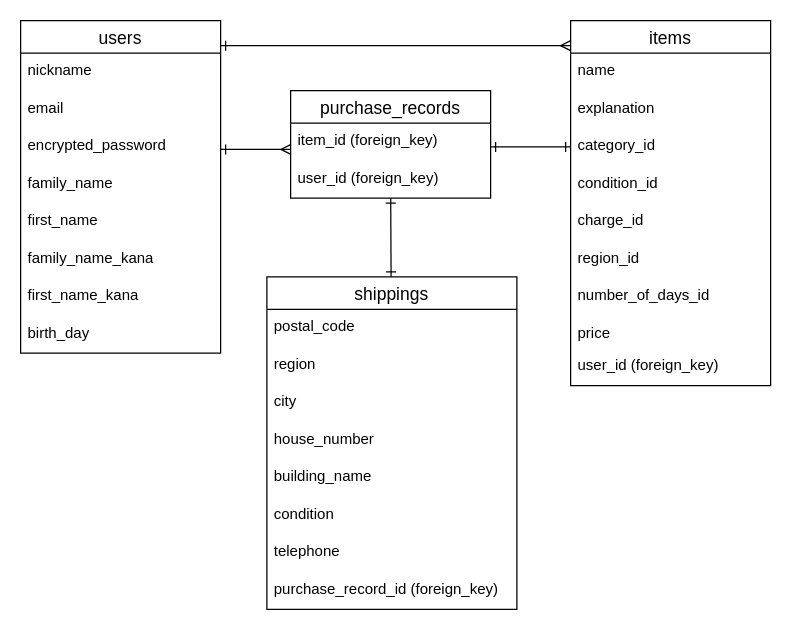
The draw.io diagram furima.dio in tunamaru23/furima-39629, before the edit. Source tidied: cells renumbered, new cells numbered last; positions are measured from the earlier drawing's top-left corner, leaving out a move shared by most shapes. Both pictures are drawn from the tidied source at 125%, with x=0, y=0 at pixel (20, 20).
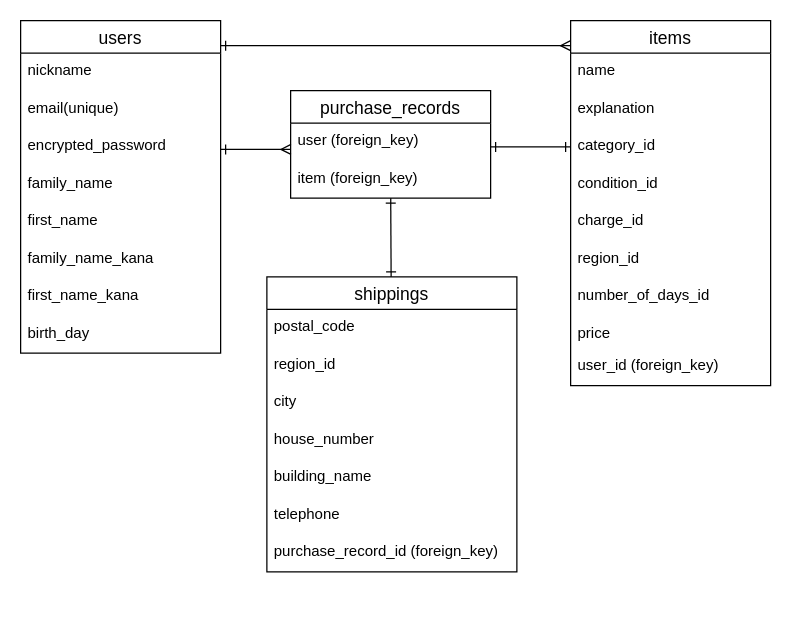
Above is the later version.

Unchanged cells that the change refers to:
```xml
<mxCell id="2" value="users" style="swimlane;fontStyle=0;horizontal=1;startSize=26;align=center;fontSize=14;" parent="1" vertex="1">
  <mxGeometry width="160" height="266" as="geometry" />
</mxCell>
<mxCell id="31" value="purchase_records" style="swimlane;fontStyle=0;horizontal=1;startSize=26;align=center;fontSize=14;" parent="1" vertex="1">
  <mxGeometry x="216" y="56" width="160" height="86" as="geometry" />
</mxCell>
```

The edit, as a diff of the source:
```diff
@@
-    <mxCell id="4" value="email" style="text;strokeColor=none;fillColor=none;spacingLeft=4;spacingRight=4;overflow=hidden;fontSize=12;" parent="2" vertex="1">
+    <mxCell id="4" value="email(unique)" style="text;strokeColor=none;fillColor=none;spacingLeft=4;spacingRight=4;overflow=hidden;fontSize=12;" parent="2" vertex="1">
       <mxGeometry y="56" width="160" height="30" as="geometry" />
     </mxCell>
@@
     <mxCell id="22" value="shippings" style="swimlane;fontStyle=0;horizontal=1;startSize=26;align=center;fontSize=14;" parent="1" vertex="1">
-      <mxGeometry x="197" y="205" width="200" height="266" as="geometry" />
+      <mxGeometry x="197" y="205" width="200" height="236" as="geometry" />
     </mxCell>
@@
-    <mxCell id="24" value="region" style="text;strokeColor=none;fillColor=none;spacingLeft=4;spacingRight=4;overflow=hidden;fontSize=12;" parent="22" vertex="1">
+    <mxCell id="24" value="region_id" style="text;strokeColor=none;fillColor=none;spacingLeft=4;spacingRight=4;overflow=hidden;fontSize=12;" parent="22" vertex="1">
       <mxGeometry y="56" width="200" height="30" as="geometry" />
     </mxCell>
@@
-    <mxCell id="28" value="condition" style="text;strokeColor=none;fillColor=none;spacingLeft=4;spacingRight=4;overflow=hidden;fontSize=12;" parent="22" vertex="1">
-      <mxGeometry y="176" width="200" height="30" as="geometry" />
-    </mxCell>
     <mxCell id="29" value="telephone" style="text;strokeColor=none;fillColor=none;spacingLeft=4;spacingRight=4;overflow=hidden;fontSize=12;" parent="22" vertex="1">
-      <mxGeometry y="206" width="200" height="30" as="geometry" />
+      <mxGeometry y="176" width="200" height="30" as="geometry" />
     </mxCell>
     <mxCell id="30" value="purchase_record_id (foreign_key)" style="text;strokeColor=none;fillColor=none;spacingLeft=4;spacingRight=4;overflow=hidden;fontSize=12;" parent="22" vertex="1">
-      <mxGeometry y="236" width="200" height="30" as="geometry" />
+      <mxGeometry y="206" width="200" height="30" as="geometry" />
     </mxCell>
@@
-    <mxCell id="32" value="item_id (foreign_key)" style="text;strokeColor=none;fillColor=none;spacingLeft=4;spacingRight=4;overflow=hidden;fontSize=12;" parent="31" vertex="1">
+    <mxCell id="32" value="user (foreign_key)" style="text;strokeColor=none;fillColor=none;spacingLeft=4;spacingRight=4;overflow=hidden;fontSize=12;" parent="31" vertex="1">
       <mxGeometry y="26" width="160" height="30" as="geometry" />
     </mxCell>
-    <mxCell id="33" value="user_id (foreign_key)" style="text;strokeColor=none;fillColor=none;spacingLeft=4;spacingRight=4;overflow=hidden;points=[[0,0.5],[1,0.5]];portConstraint=eastwest;fontSize=12;" parent="31" vertex="1">
+    <mxCell id="33" value="item (foreign_key)" style="text;strokeColor=none;fillColor=none;spacingLeft=4;spacingRight=4;overflow=hidden;points=[[0,0.5],[1,0.5]];portConstraint=eastwest;fontSize=12;" parent="31" vertex="1">
       <mxGeometry y="56" width="160" height="30" as="geometry" />
     </mxCell>
```
